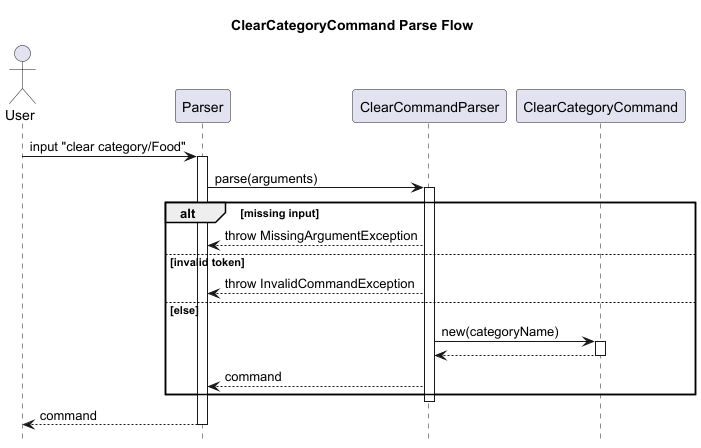
Before: docs/diagrams/sequence/ClearCategoryCommandParseFlow.png, a diagram exported from PlantUML (yueyang1111/tp). The source it was exported from:
```plantuml
@startuml
title ClearCategoryCommand Parse Flow

hide footbox

actor User
participant Parser
participant ClearCommandParser
participant ClearCategoryCommand

User -> Parser : input "clear category/Food"
activate Parser

Parser -> ClearCommandParser : parse(arguments)
activate ClearCommandParser

alt missing input
    ClearCommandParser --> Parser : throw MissingArgumentException
else invalid token
    ClearCommandParser --> Parser : throw InvalidCommandException
else else
    ClearCommandParser -> ClearCategoryCommand : new(categoryName)
    activate ClearCategoryCommand
    ClearCategoryCommand --> ClearCommandParser
    deactivate ClearCategoryCommand

    ClearCommandParser --> Parser : command
end

deactivate ClearCommandParser
Parser --> User : command
deactivate Parser

@enduml
```
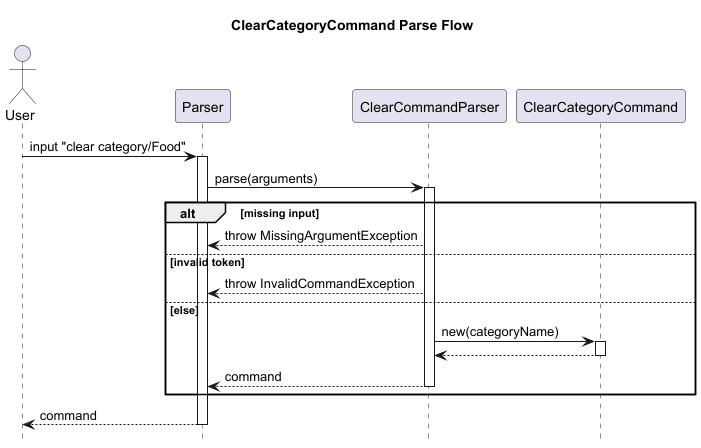
The same diagram one commit later.

Commit message:
DG & UI Fixes v5 - Fixed Clear Category, Delete Item, Help Command diagrams - Fixed DG - Updated PPP - Fixed Junit

The edit, as a diff of the source:
```diff
@@ -25,6 +25,7 @@
     deactivate ClearCategoryCommand
 
     ClearCommandParser --> Parser : command
+    deactivate ClearCommandParser
 end
 
 deactivate ClearCommandParser
```
